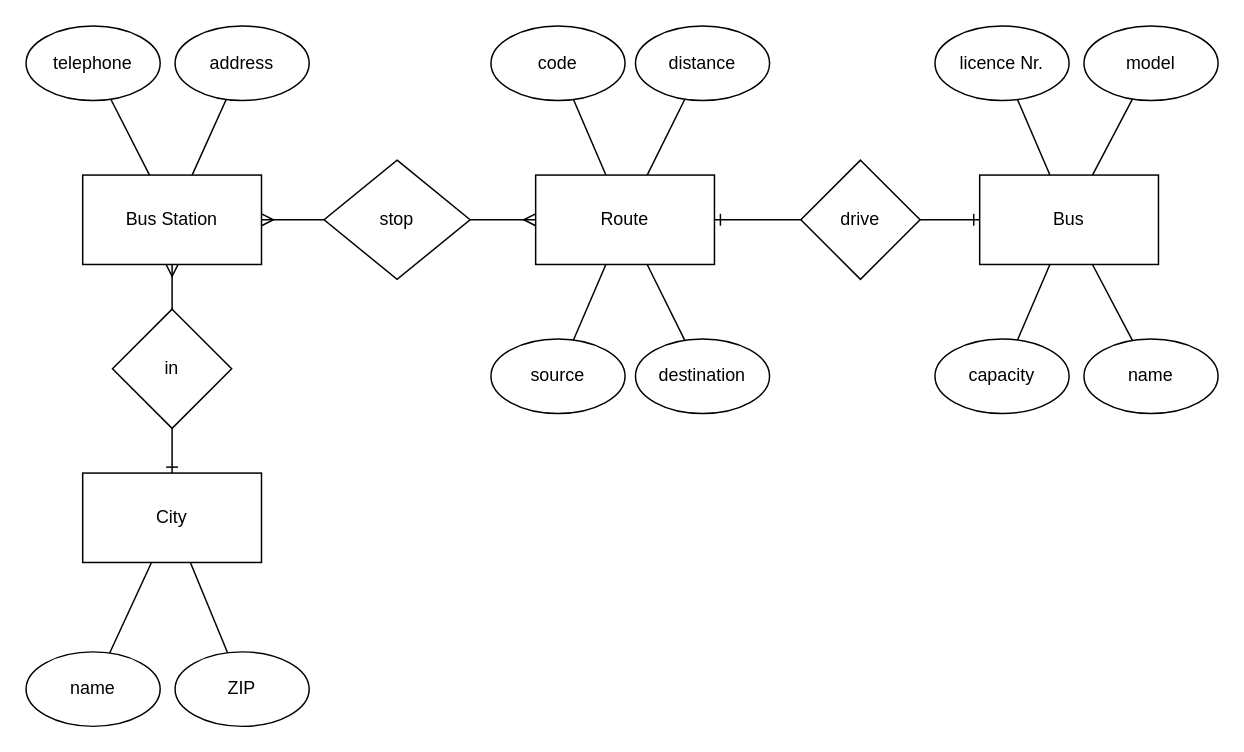
Above: page "ER" (2 of 3) of Philipp/04_transportcompany.drawio in mastapetz/BE16-DBDev-DAY1-Peter-Philipp (draw.io), before the change. Source tidied: cells renumbered, new cells numbered last; positions are measured from the earlier drawing's top-left corner, leaving out a move shared by most shapes. Both pictures are drawn from the tidied source at 149%, with x=0, y=0 at pixel (25, 25).
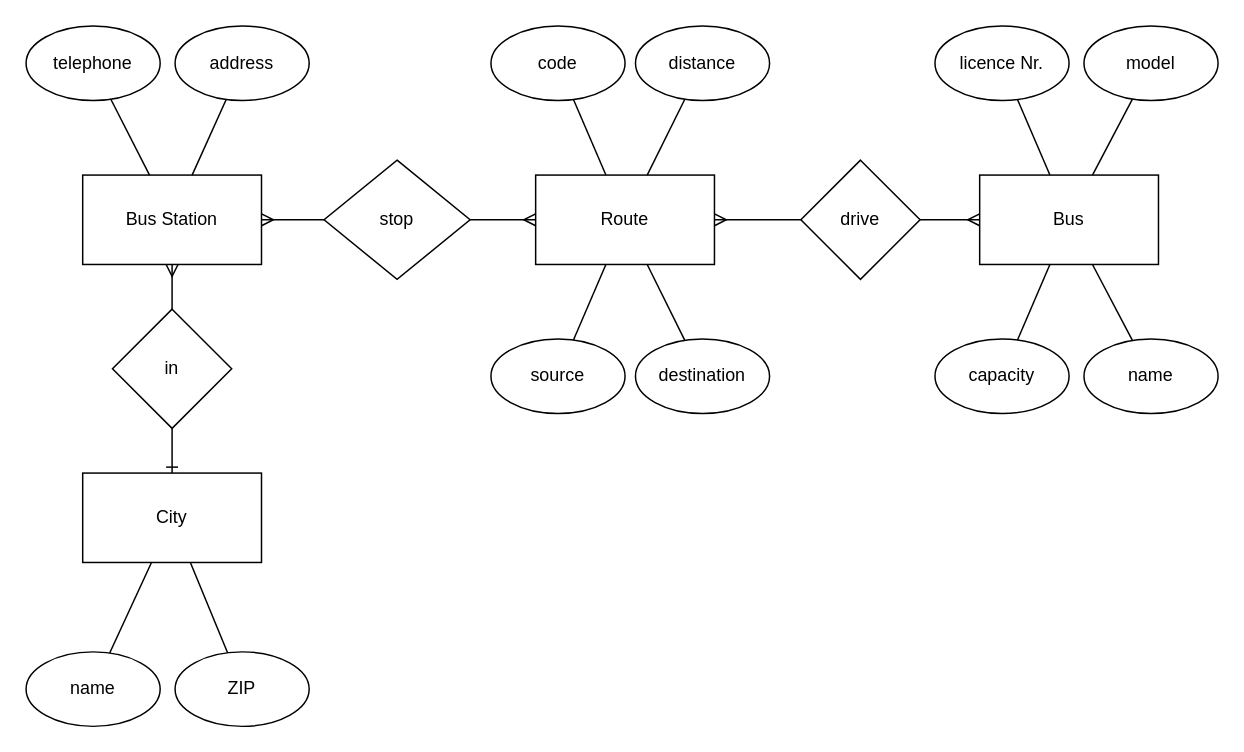
Above is the later version.

Unchanged cells that the change refers to:
```xml
<mxCell id="3" value="Route" style="rounded=0;whiteSpace=wrap;html=1;" parent="1" vertex="1">
  <mxGeometry x="342" y="100" width="120" height="60" as="geometry" />
</mxCell>
<mxCell id="4" value="Bus" style="rounded=0;whiteSpace=wrap;html=1;" parent="1" vertex="1">
  <mxGeometry x="640" y="100" width="120" height="60" as="geometry" />
</mxCell>
<mxCell id="34" value="drive" style="rhombus;whiteSpace=wrap;html=1;" parent="1" vertex="1">
  <mxGeometry x="520" y="90" width="80" height="80" as="geometry" />
</mxCell>
```

What changed in the source:
```diff
@@
-    <mxCell id="32" style="edgeStyle=none;html=1;startArrow=none;startFill=0;endArrow=ERone;endFill=0;" parent="1" edge="1" source="34" target="3">
+    <mxCell id="32" style="edgeStyle=none;html=1;startArrow=none;startFill=0;endArrow=ERmany;endFill=0;" parent="1" edge="1" source="34" target="3">
       <mxGeometry relative="1" as="geometry" />
     </mxCell>
-    <mxCell id="33" style="edgeStyle=none;html=1;startArrow=none;startFill=0;endArrow=ERone;endFill=0;" parent="1" edge="1" source="34" target="4">
+    <mxCell id="33" style="edgeStyle=none;html=1;startArrow=none;startFill=0;endArrow=ERmany;endFill=0;" parent="1" edge="1" source="34" target="4">
       <mxGeometry relative="1" as="geometry" />
     </mxCell>
```
